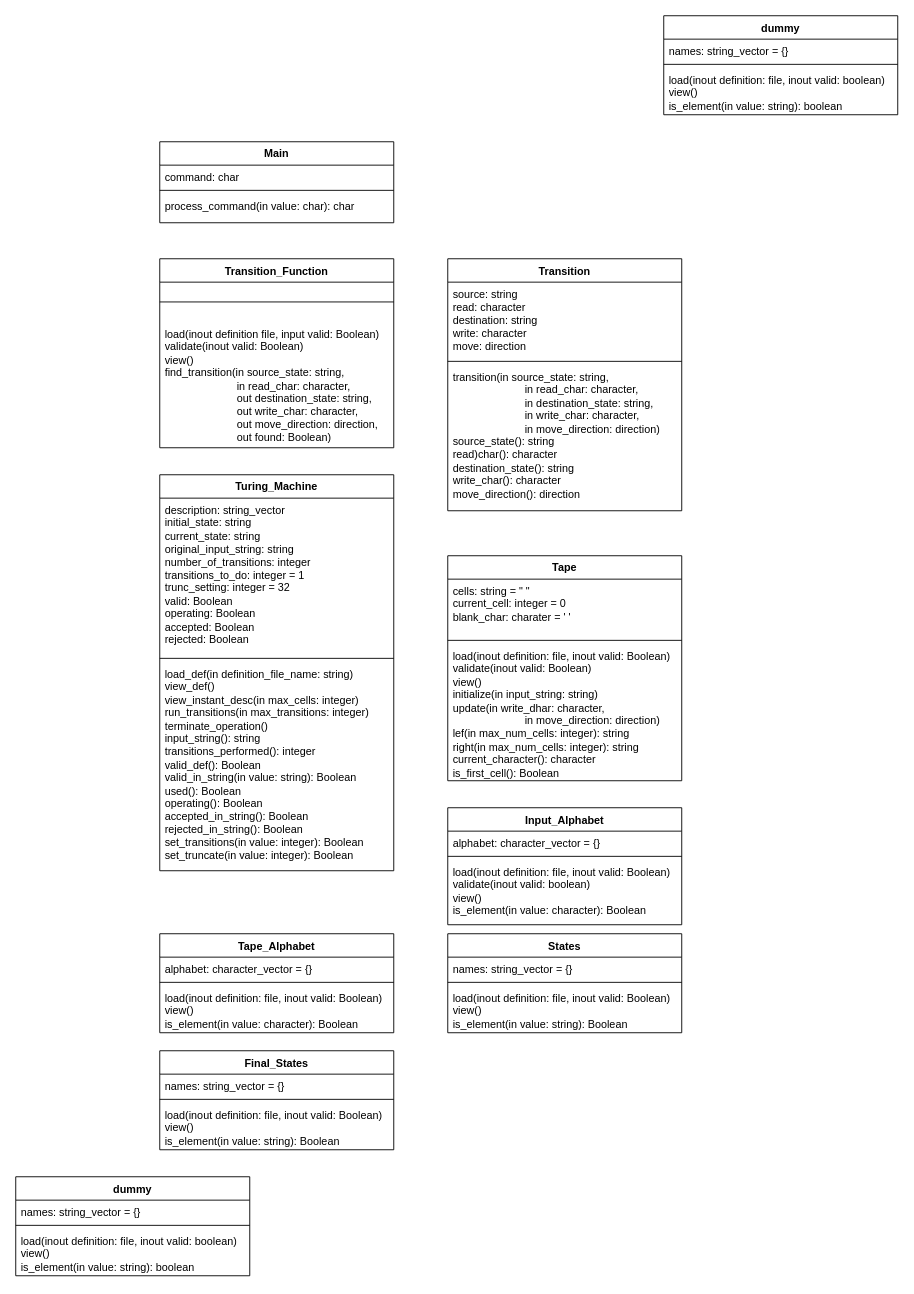
The draw.io diagram TransitionFunction.drawio in IgorBCode/cv, before the edit. Source tidied: cells renumbered, new cells numbered last; positions are measured from the earlier drawing's top-left corner, leaving out a move shared by most shapes. Both pictures are drawn from the tidied source at 90%, with x=0, y=0 at pixel (15, 15).
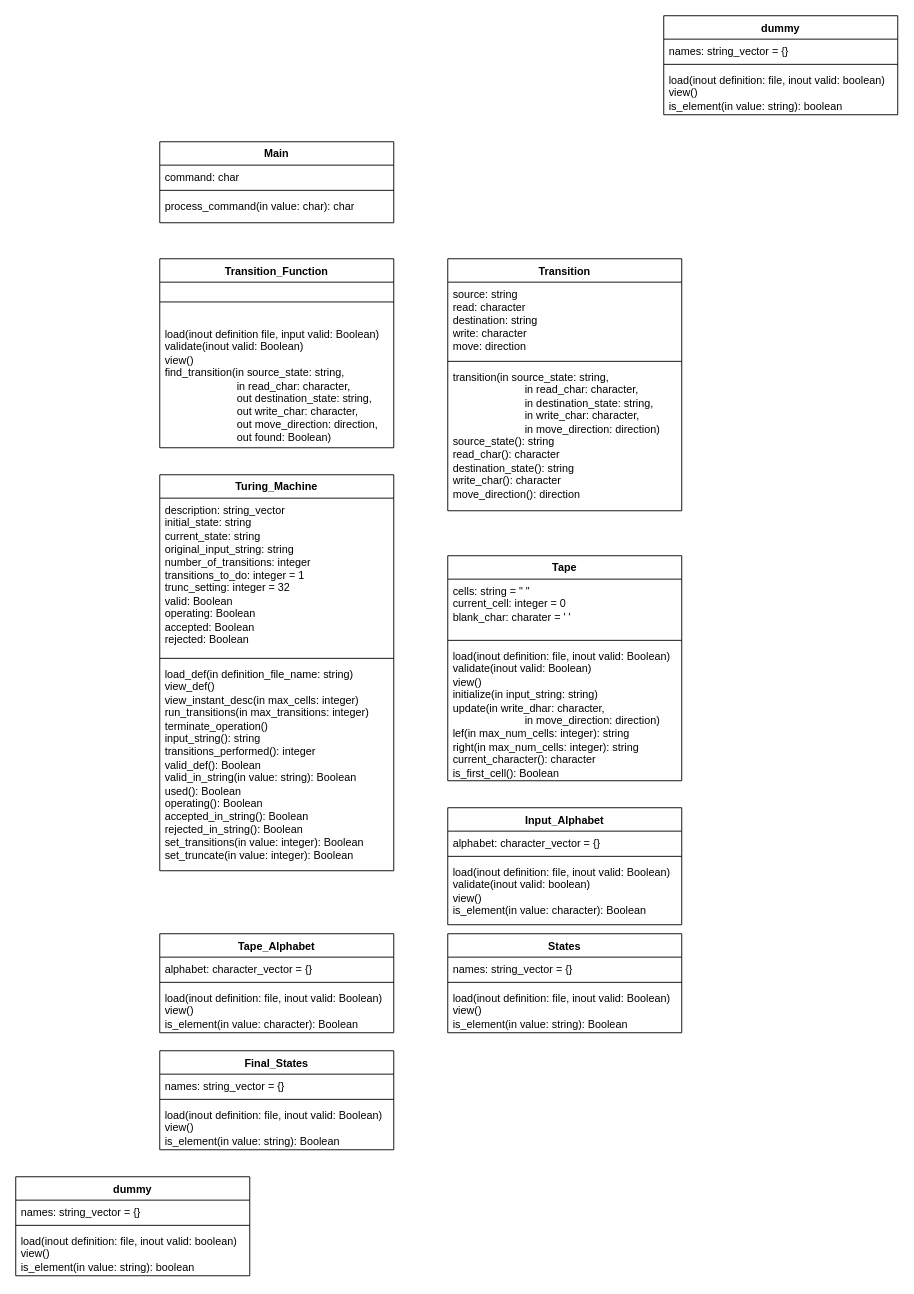
Above is the later version.

The change refers to these unchanged cells:
```xml
<mxCell id="5" value="Transition" style="swimlane;fontStyle=1;align=center;verticalAlign=top;horizontal=1;startSize=26;whiteSpace=wrap;html=1;" parent="1" vertex="1">
  <mxGeometry x="480" y="270" width="260" height="280" as="geometry" />
</mxCell>
```

What changed in the source:
```diff
@@
-    <mxCell id="8" value="&lt;div&gt;transition(in source_state: string,&lt;/div&gt;&lt;div&gt;&lt;span style=&quot;white-space: pre;&quot;&gt;&#9;&lt;/span&gt;&lt;span style=&quot;white-space: pre;&quot;&gt;&#9;&lt;/span&gt;&lt;span style=&quot;white-space: pre;&quot;&gt;&#9;&lt;/span&gt;in read_char: character,&lt;/div&gt;&lt;div&gt;&lt;span style=&quot;white-space: pre;&quot;&gt;&#9;&lt;/span&gt;&lt;span style=&quot;white-space: pre;&quot;&gt;&#9;&lt;/span&gt;&lt;span style=&quot;white-space: pre;&quot;&gt;&#9;&lt;/span&gt;in destination_state: string,&lt;/div&gt;&lt;div&gt;&lt;span style=&quot;white-space: pre;&quot;&gt;&#9;&lt;/span&gt;&lt;span style=&quot;white-space: pre;&quot;&gt;&#9;&lt;/span&gt;&lt;span style=&quot;white-space: pre;&quot;&gt;&#9;&lt;/span&gt;in write_char: character,&lt;/div&gt;&lt;div&gt;&lt;span style=&quot;white-space: pre;&quot;&gt;&#9;&lt;/span&gt;&lt;span style=&quot;white-space: pre;&quot;&gt;&#9;&lt;/span&gt;&lt;span style=&quot;white-space: pre;&quot;&gt;&#9;&lt;/span&gt;in move_direction: direction)&lt;/div&gt;&lt;div&gt;source_state(): string&lt;/div&gt;&lt;div&gt;read)char(): character&lt;/div&gt;&lt;div&gt;destination_state(): string&lt;/div&gt;&lt;div&gt;write_char(): character&lt;/div&gt;&lt;div&gt;move_direction(): direction&lt;br&gt;&lt;/div&gt;" style="text;strokeColor=none;fillColor=none;align=left;verticalAlign=top;spacingLeft=4;spacingRight=4;overflow=hidden;whiteSpace=wrap;html=1;" parent="5" vertex="1">
+    <mxCell id="8" value="&lt;div&gt;transition(in source_state: string,&lt;/div&gt;&lt;div&gt;&lt;span style=&quot;white-space: pre;&quot;&gt;&#9;&lt;/span&gt;&lt;span style=&quot;white-space: pre;&quot;&gt;&#9;&lt;/span&gt;&lt;span style=&quot;white-space: pre;&quot;&gt;&#9;&lt;/span&gt;in read_char: character,&lt;/div&gt;&lt;div&gt;&lt;span style=&quot;white-space: pre;&quot;&gt;&#9;&lt;/span&gt;&lt;span style=&quot;white-space: pre;&quot;&gt;&#9;&lt;/span&gt;&lt;span style=&quot;white-space: pre;&quot;&gt;&#9;&lt;/span&gt;in destination_state: string,&lt;/div&gt;&lt;div&gt;&lt;span style=&quot;white-space: pre;&quot;&gt;&#9;&lt;/span&gt;&lt;span style=&quot;white-space: pre;&quot;&gt;&#9;&lt;/span&gt;&lt;span style=&quot;white-space: pre;&quot;&gt;&#9;&lt;/span&gt;in write_char: character,&lt;/div&gt;&lt;div&gt;&lt;span style=&quot;white-space: pre;&quot;&gt;&#9;&lt;/span&gt;&lt;span style=&quot;white-space: pre;&quot;&gt;&#9;&lt;/span&gt;&lt;span style=&quot;white-space: pre;&quot;&gt;&#9;&lt;/span&gt;in move_direction: direction)&lt;/div&gt;&lt;div&gt;source_state(): string&lt;/div&gt;&lt;div&gt;read_char(): character&lt;/div&gt;&lt;div&gt;destination_state(): string&lt;/div&gt;&lt;div&gt;write_char(): character&lt;/div&gt;&lt;div&gt;move_direction(): direction&lt;br&gt;&lt;/div&gt;" style="text;strokeColor=none;fillColor=none;align=left;verticalAlign=top;spacingLeft=4;spacingRight=4;overflow=hidden;whiteSpace=wrap;html=1;" parent="5" vertex="1">
       <mxGeometry y="118" width="260" height="162" as="geometry" />
     </mxCell>
```
